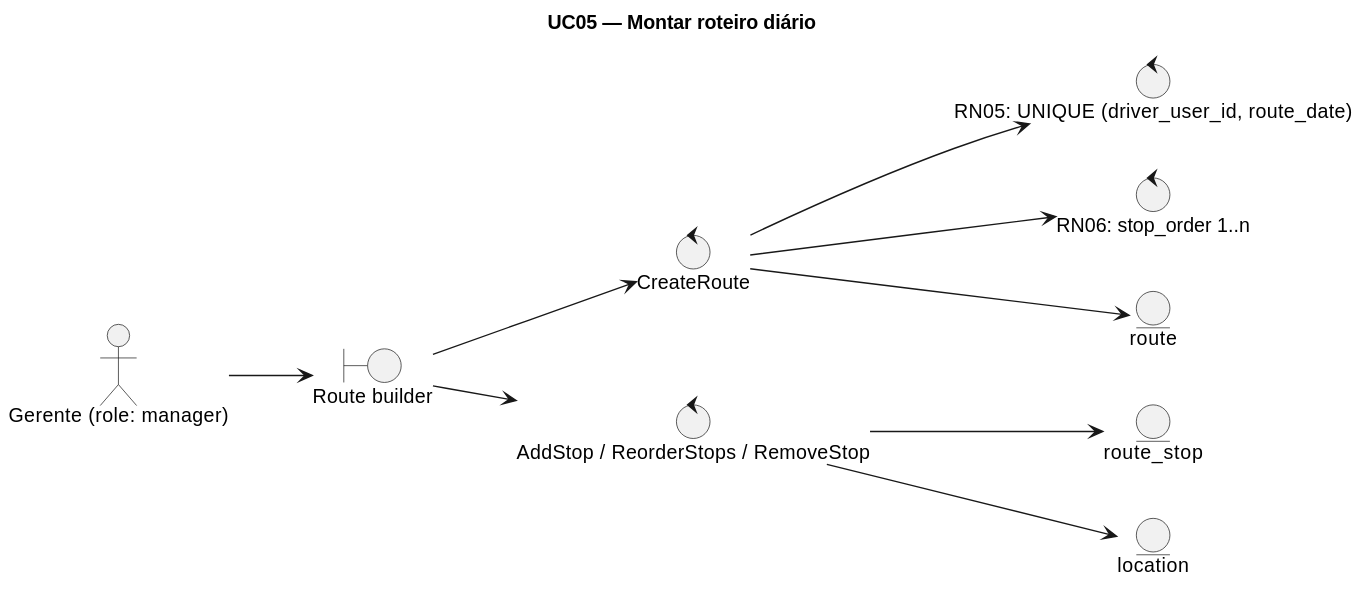
The PlantUML diagram docs/especificacao/diagrams/robustez-uc05-montar-roteiro.svg in xendak/terminus, before a commit. The source it was exported from:
```plantuml
@startuml
left to right direction
skinparam shadowing false
title UC05 — Montar roteiro diário

actor "Gerente (role: manager)" as Gerente
boundary "Route builder" as B1
control "CreateRoute" as C1
control "RN05: UNIQUE (driver_user_id, route_date)" as C2
control "RN06: stop_order 1..n" as C3
control "AddStop / ReorderStops / RemoveStop" as C4
entity "route" as E1
entity "route_stop" as E2
entity "location" as E3

Gerente --> B1
B1 --> C1
C1 --> C2
C1 --> C3
C1 --> E1
B1 --> C4
C4 --> E2
C4 --> E3
@enduml
```
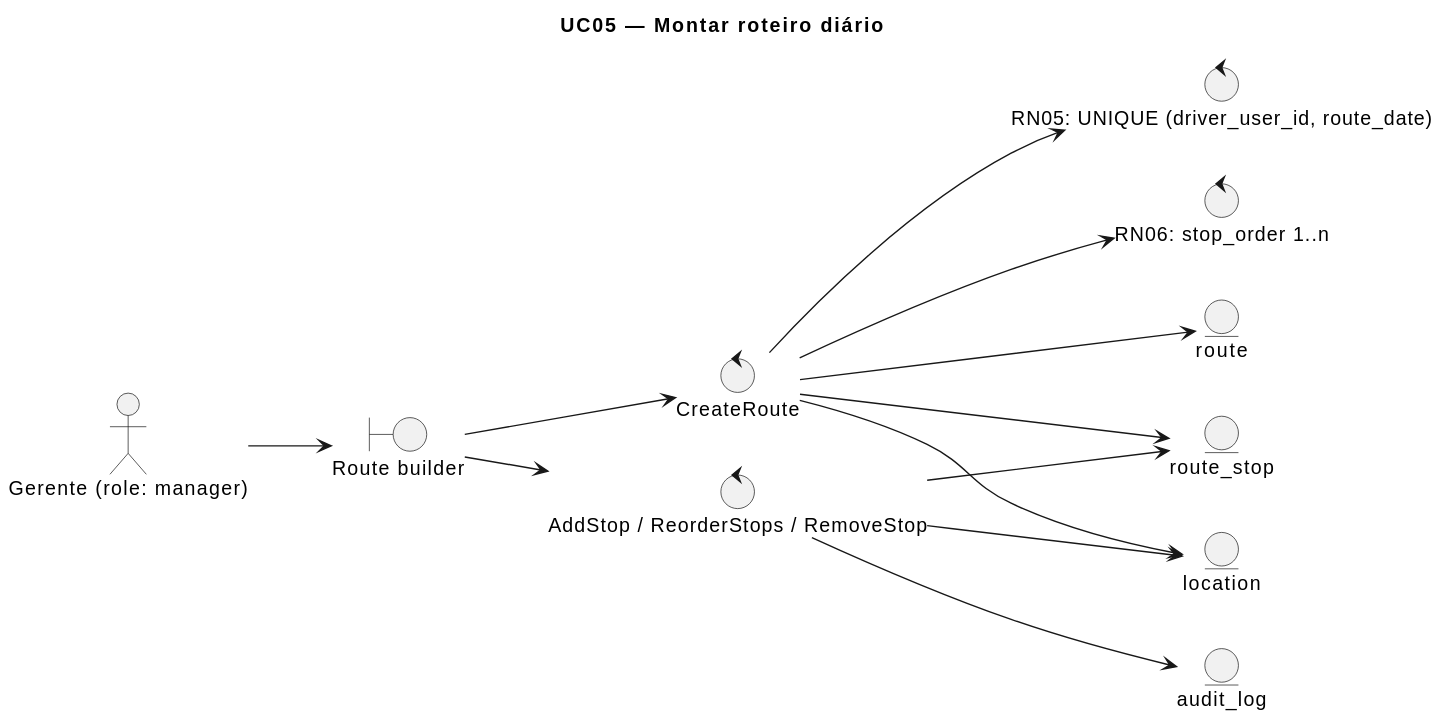
The same diagram one commit later.

Diff of the diagram source:
```diff
@@ -12,13 +12,17 @@
 entity "route" as E1
 entity "route_stop" as E2
 entity "location" as E3
+entity "audit_log" as E4
 
 Gerente --> B1
 B1 --> C1
 C1 --> C2
 C1 --> C3
 C1 --> E1
+C1 --> E2
+C1 --> E3
 B1 --> C4
 C4 --> E2
 C4 --> E3
+C4 --> E4
 @enduml
```
